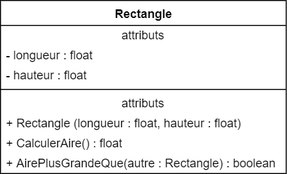
Before: guide-uml/images/dcc-rect-visibilite.png, a diagram exported from draw.io (Cours-Alexandre-Ouellet/cours-alexandre-ouellet.github.io). Source tidied: cells renumbered, new cells last; positions are measured from the earlier drawing's top-left corner, leaving out a move shared by most shapes.
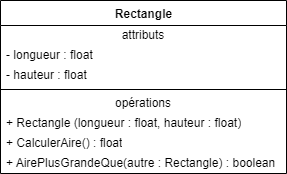
The same file after the commit.

What changed in the source:
```diff
@@ -17,7 +17,7 @@
     <mxCell id="6" style="line;strokeWidth=1;fillColor=none;align=left;verticalAlign=middle;spacingTop=-1;spacingLeft=3;spacingRight=3;labelPosition=right;" parent="2" vertex="1">
       <mxGeometry y="85" width="286" height="8" as="geometry" />
     </mxCell>
-    <mxCell id="7" value="attributs&lt;span style=&quot;color: rgba(0 , 0 , 0 , 0) ; font-family: monospace ; font-size: 0px&quot;&gt;%3CmxGraphModel%3E%3Croot%3E%3CmxCell%20id%3D%220%22%2F%3E%3CmxCell%20id%3D%221%22%20parent%3D%220%22%2F%3E%3CmxCell%20id%3D%222%22%20value%3D%22-%20longueur%20%3A%20float%22%20style%3D%22text%3Bhtml%3D1%3BstrokeColor%3Dnone%3BfillColor%3Dnone%3Balign%3Dleft%3BverticalAlign%3Dmiddle%3BspacingLeft%3D4%3BspacingRight%3D4%3Boverflow%3Dhidden%3Brotatable%3D0%3Bpoints%3D%5B%5B0%2C0.5%5D%2C%5B1%2C0.5%5D%5D%3BportConstraint%3Deastwest%3B%22%20vertex%3D%221%22%20parent%3D%221%22%3E%3CmxGeometry%20x%3D%2227%22%20y%3D%22115%22%20width%3D%22286%22%20height%3D%2220%22%20as%3D%22geometry%22%2F%3E%3C%2FmxCell%3E%3C%2Froot%3E%3C%2FmxGraphModel%3E&lt;/span&gt;" style="text;html=1;strokeColor=none;fillColor=none;align=center;verticalAlign=middle;spacingLeft=4;spacingRight=4;overflow=hidden;" parent="2" vertex="1">
+    <mxCell id="7" value="opérations" style="text;html=1;strokeColor=none;fillColor=none;align=center;verticalAlign=middle;spacingLeft=4;spacingRight=4;overflow=hidden;" parent="2" vertex="1">
       <mxGeometry y="93" width="286" height="20" as="geometry" />
     </mxCell>
     <mxCell id="8" value="+ Rectangle (longueur : float, hauteur : float)" style="text;html=1;strokeColor=none;fillColor=none;align=left;verticalAlign=middle;spacingLeft=4;spacingRight=4;overflow=hidden;" parent="2" vertex="1">
```
